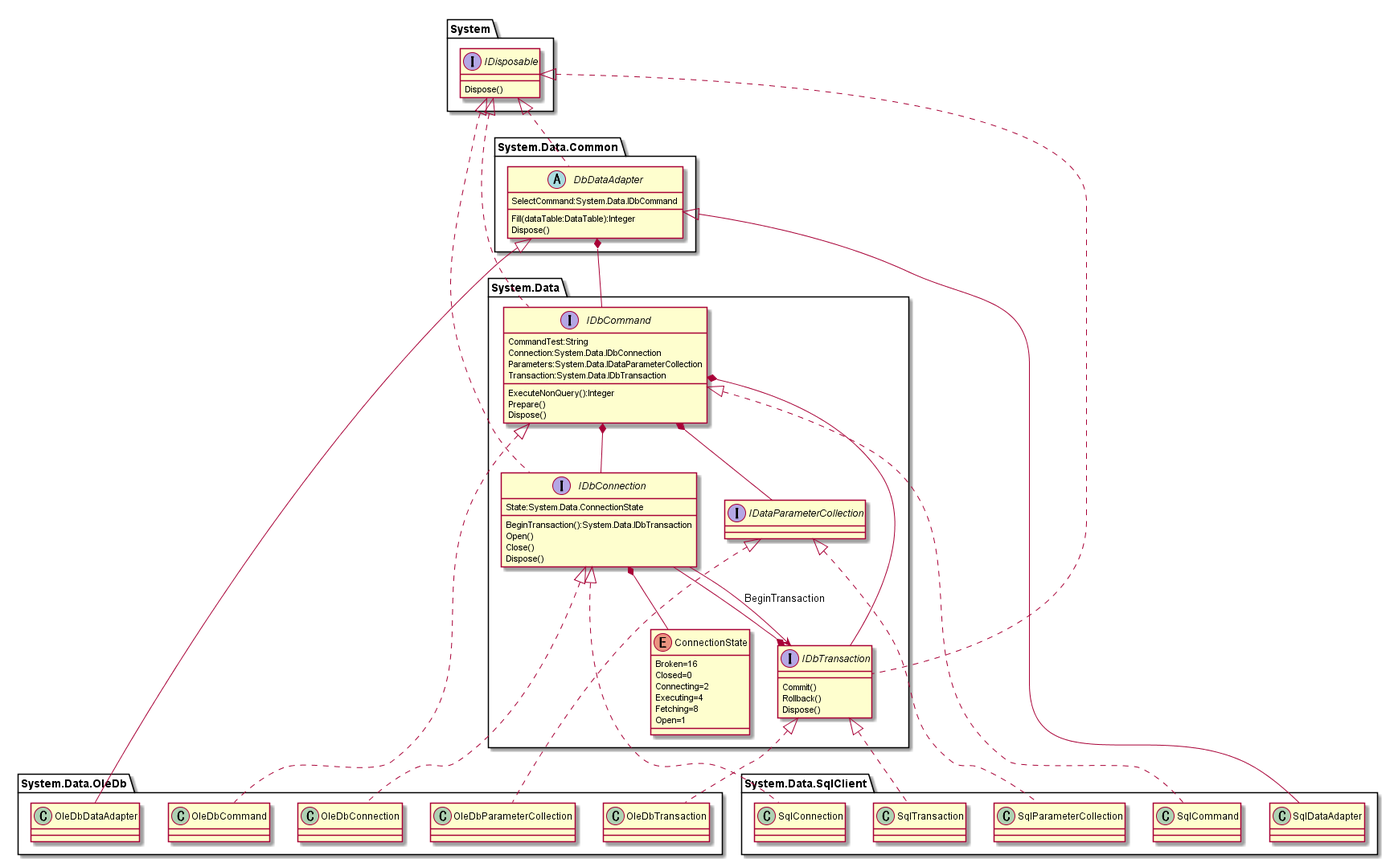
This is doc/ClassDiagram/DB_DotNetFramework.png from hirorich/CommonTool, a PlantUML export, as it was before one commit.
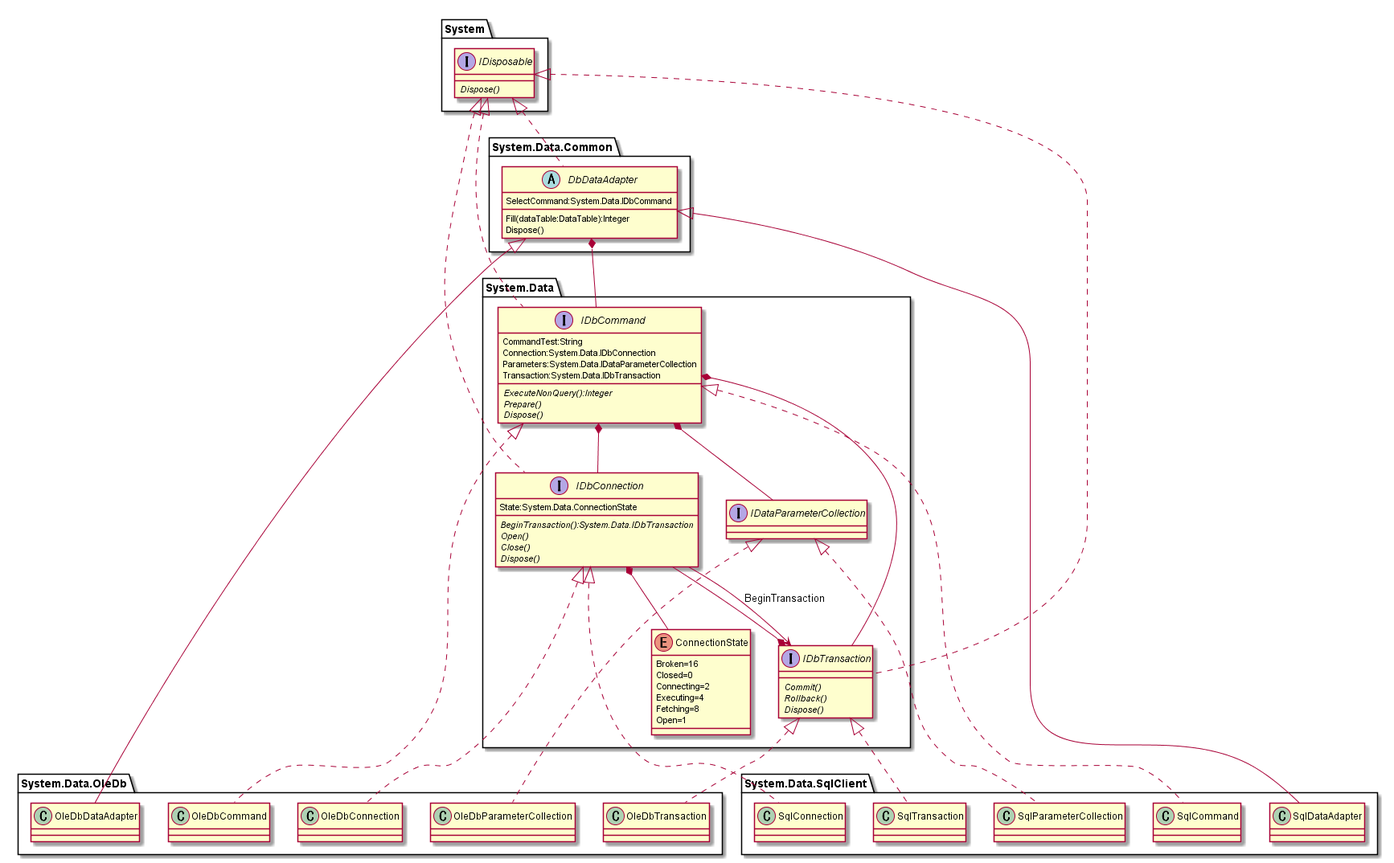
The same diagram one commit later.

The edit, as a diff of the source:
```diff
@@ -1,25 +1,25 @@
 @startuml DB_DotNetFramework.png
 
 interface System.IDisposable {
-  Dispose()
+  {abstract} Dispose()
 }
 
 interface System.Data.IDbConnection {
   State:System.Data.ConnectionState
 
-  BeginTransaction():System.Data.IDbTransaction
-  Open()
-  Close()
-  Dispose()
+  {abstract} BeginTransaction():System.Data.IDbTransaction
+  {abstract} Open()
+  {abstract} Close()
+  {abstract} Dispose()
 }
 System.IDisposable <|.. System.Data.IDbConnection
 System.Data.IDbConnection <|.. System.Data.SqlClient.SqlConnection
 System.Data.IDbConnection <|.. System.Data.OleDb.OleDbConnection
 
 interface System.Data.IDbTransaction {
-  Commit()
-  Rollback()
-  Dispose()
+  {abstract} Commit()
+  {abstract} Rollback()
+  {abstract} Dispose()
 }
 System.IDisposable <|.. System.Data.IDbTransaction
 System.Data.IDbTransaction <|.. System.Data.SqlClient.SqlTransaction
@@ -41,9 +41,9 @@
   Parameters:System.Data.IDataParameterCollection
   Transaction:System.Data.IDbTransaction
 
-  ExecuteNonQuery():Integer
-  Prepare()
-  Dispose()
+  {abstract} ExecuteNonQuery():Integer
+  {abstract} Prepare()
+  {abstract} Dispose()
 }
 System.IDisposable <|.. System.Data.IDbCommand
 System.Data.IDbCommand <|.. System.Data.SqlClient.SqlCommand
```
